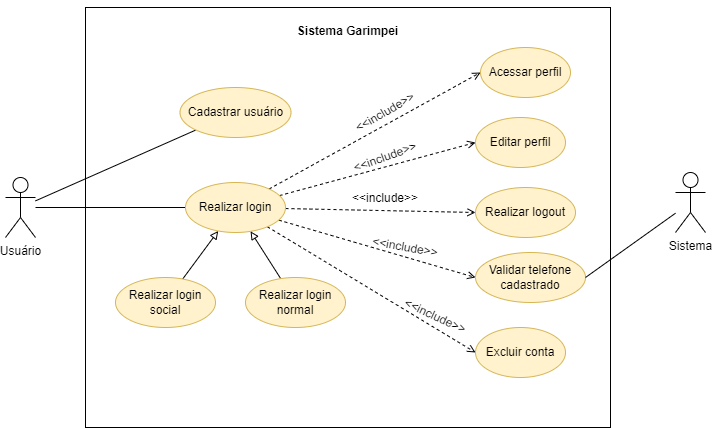
This is docs/entrega_IV/assets/gerenciar-conta.png from UnBArqDsw2021-2/2021.2_G5_Garimpei, a draw.io export, as it was before one commit. Source tidied: cells renumbered, new cells last; positions are measured from the earlier drawing's top-left corner, leaving out a move shared by most shapes. Source of this version:
```xml
<mxGraphModel>
  <root>
    <mxCell id="0" />
    <mxCell id="1" parent="0" />
    <mxCell id="2" style="rounded=0;whiteSpace=wrap;html=1;fontFamily=Helvetica;fontSize=12;fontColor=default;strokeColor=default;fillColor=none;" parent="1" vertex="1">
      <mxGeometry x="80" width="525" height="420" as="geometry" />
    </mxCell>
    <mxCell id="3" style="edgeStyle=orthogonalEdgeStyle;rounded=0;jettySize=auto;html=1;endArrow=none;endFill=0;" parent="1" edge="1" source="5" target="12">
      <mxGeometry relative="1" as="geometry" />
    </mxCell>
    <mxCell id="4" style="rounded=0;jettySize=auto;html=1;endArrow=none;endFill=0;" parent="1" edge="1" source="5" target="6">
      <mxGeometry relative="1" as="geometry" />
    </mxCell>
    <mxCell id="5" value="Usuário&lt;br&gt;" style="shape=umlActor;verticalLabelPosition=bottom;verticalAlign=top;html=1;" parent="1" vertex="1">
      <mxGeometry y="170" width="30" height="60" as="geometry" />
    </mxCell>
    <mxCell id="6" value="Cadastrar usuário" style="ellipse;whiteSpace=wrap;html=1;fillColor=#fff2cc;strokeColor=#d6b656;" parent="1" vertex="1">
      <mxGeometry x="174.5" y="80" width="111" height="50" as="geometry" />
    </mxCell>
    <mxCell id="7" style="edgeStyle=none;shape=connector;rounded=0;jettySize=auto;entryX=0;entryY=0.5;entryDx=0;entryDy=0;dashed=1;labelBackgroundColor=default;fontFamily=Helvetica;fontSize=12;fontColor=default;endArrow=open;endFill=0;strokeColor=default;enumerate=0;comic=0;orthogonal=0;flowAnimation=0;noJump=0;shadow=0;sketch=0;html=1;" parent="1" edge="1" source="12" target="19">
      <mxGeometry relative="1" as="geometry" />
    </mxCell>
    <mxCell id="8" style="edgeStyle=none;shape=connector;rounded=0;comic=0;sketch=0;jettySize=auto;html=1;entryX=0;entryY=0.5;entryDx=0;entryDy=0;shadow=0;dashed=1;labelBackgroundColor=default;fontFamily=Helvetica;fontSize=12;fontColor=default;endArrow=open;endFill=0;strokeColor=default;" parent="1" edge="1" source="12" target="20">
      <mxGeometry relative="1" as="geometry" />
    </mxCell>
    <mxCell id="9" style="edgeStyle=none;shape=connector;rounded=0;comic=0;sketch=0;jettySize=auto;html=1;entryX=0;entryY=0.5;entryDx=0;entryDy=0;shadow=0;dashed=1;labelBackgroundColor=default;fontFamily=Helvetica;fontSize=12;fontColor=default;endArrow=open;endFill=0;strokeColor=default;" parent="1" edge="1" source="12" target="13">
      <mxGeometry relative="1" as="geometry" />
    </mxCell>
    <mxCell id="10" style="edgeStyle=none;shape=connector;rounded=0;comic=0;sketch=0;jettySize=auto;html=1;entryX=0;entryY=0.5;entryDx=0;entryDy=0;shadow=0;dashed=1;labelBackgroundColor=default;fontFamily=Helvetica;fontSize=12;fontColor=default;endArrow=open;endFill=0;strokeColor=default;" parent="1" edge="1" source="12" target="21">
      <mxGeometry relative="1" as="geometry" />
    </mxCell>
    <mxCell id="11" style="edgeStyle=none;shape=connector;rounded=0;comic=0;sketch=0;jettySize=auto;html=1;entryX=0;entryY=0.5;entryDx=0;entryDy=0;shadow=0;dashed=1;labelBackgroundColor=default;fontFamily=Helvetica;fontSize=12;fontColor=default;endArrow=open;endFill=0;strokeColor=default;" parent="1" edge="1" source="12" target="14">
      <mxGeometry relative="1" as="geometry" />
    </mxCell>
    <mxCell id="12" value="Realizar login" style="ellipse;whiteSpace=wrap;html=1;fillColor=#fff2cc;strokeColor=#d6b656;" parent="1" vertex="1">
      <mxGeometry x="180" y="175" width="100" height="50" as="geometry" />
    </mxCell>
    <mxCell id="13" value="Realizar logout" style="ellipse;whiteSpace=wrap;html=1;fillColor=#fff2cc;strokeColor=#d6b656;" parent="1" vertex="1">
      <mxGeometry x="470" y="180" width="100" height="50" as="geometry" />
    </mxCell>
    <mxCell id="14" value="Excluir conta" style="ellipse;whiteSpace=wrap;html=1;fillColor=#fff2cc;strokeColor=#d6b656;" parent="1" vertex="1">
      <mxGeometry x="470" y="320" width="90" height="50" as="geometry" />
    </mxCell>
    <mxCell id="15" style="edgeStyle=none;rounded=0;jettySize=auto;html=1;fontFamily=Helvetica;fontSize=12;fontColor=default;endArrow=block;endFill=0;" parent="1" edge="1" source="16" target="12">
      <mxGeometry relative="1" as="geometry" />
    </mxCell>
    <mxCell id="16" value="Realizar login social" style="ellipse;whiteSpace=wrap;html=1;fillColor=#fff2cc;strokeColor=#d6b656;" parent="1" vertex="1">
      <mxGeometry x="110" y="270" width="100" height="50" as="geometry" />
    </mxCell>
    <mxCell id="17" style="edgeStyle=none;rounded=0;jettySize=auto;html=1;fontFamily=Helvetica;fontSize=12;fontColor=default;endArrow=block;endFill=0;" parent="1" edge="1" source="18" target="12">
      <mxGeometry relative="1" as="geometry" />
    </mxCell>
    <mxCell id="18" value="Realizar login normal" style="ellipse;whiteSpace=wrap;html=1;fillColor=#fff2cc;strokeColor=#d6b656;" parent="1" vertex="1">
      <mxGeometry x="240" y="270" width="100" height="50" as="geometry" />
    </mxCell>
    <mxCell id="19" value="Acessar perfil" style="ellipse;whiteSpace=wrap;html=1;fillColor=#fff2cc;strokeColor=#d6b656;" parent="1" vertex="1">
      <mxGeometry x="475" y="40" width="90" height="50" as="geometry" />
    </mxCell>
    <mxCell id="20" value="Editar perfil" style="ellipse;whiteSpace=wrap;html=1;fillColor=#fff2cc;strokeColor=#d6b656;" parent="1" vertex="1">
      <mxGeometry x="470" y="110" width="90" height="50" as="geometry" />
    </mxCell>
    <mxCell id="21" value="Validar telefone cadastrado" style="ellipse;whiteSpace=wrap;html=1;fillColor=#fff2cc;strokeColor=#d6b656;" parent="1" vertex="1">
      <mxGeometry x="470" y="245" width="110" height="50" as="geometry" />
    </mxCell>
    <mxCell id="22" value="&amp;lt;&amp;lt;include&amp;gt;&amp;gt;" style="text;html=1;strokeColor=none;fillColor=none;align=center;verticalAlign=middle;whiteSpace=wrap;rounded=0;fontFamily=Helvetica;fontSize=12;fontColor=default;rotation=-30;" parent="1" vertex="1">
      <mxGeometry x="350" y="90" width="60" height="30" as="geometry" />
    </mxCell>
    <mxCell id="23" value="&amp;lt;&amp;lt;include&amp;gt;&amp;gt;" style="text;html=1;strokeColor=none;fillColor=none;align=center;verticalAlign=middle;whiteSpace=wrap;rounded=0;fontFamily=Helvetica;fontSize=12;fontColor=default;rotation=-20;" parent="1" vertex="1">
      <mxGeometry x="350" y="135" width="60" height="30" as="geometry" />
    </mxCell>
    <mxCell id="24" value="&amp;lt;&amp;lt;include&amp;gt;&amp;gt;" style="text;html=1;strokeColor=none;fillColor=none;align=center;verticalAlign=middle;whiteSpace=wrap;rounded=0;fontFamily=Helvetica;fontSize=12;fontColor=default;rotation=0;" parent="1" vertex="1">
      <mxGeometry x="350" y="176" width="60" height="30" as="geometry" />
    </mxCell>
    <mxCell id="25" value="&amp;lt;&amp;lt;include&amp;gt;&amp;gt;" style="text;html=1;strokeColor=none;fillColor=none;align=center;verticalAlign=middle;whiteSpace=wrap;rounded=0;fontFamily=Helvetica;fontSize=12;fontColor=default;rotation=10;" parent="1" vertex="1">
      <mxGeometry x="370" y="225" width="60" height="30" as="geometry" />
    </mxCell>
    <mxCell id="26" value="&amp;lt;&amp;lt;include&amp;gt;&amp;gt;" style="text;html=1;strokeColor=none;fillColor=none;align=center;verticalAlign=middle;whiteSpace=wrap;rounded=0;fontFamily=Helvetica;fontSize=12;fontColor=default;rotation=25;" parent="1" vertex="1">
      <mxGeometry x="400" y="294" width="60" height="30" as="geometry" />
    </mxCell>
    <mxCell id="27" style="edgeStyle=none;shape=connector;rounded=0;comic=0;sketch=0;orthogonalLoop=1;jettySize=auto;html=1;exitX=0.5;exitY=1;exitDx=0;exitDy=0;shadow=0;dashed=1;labelBackgroundColor=default;fontFamily=Helvetica;fontSize=12;fontColor=default;endArrow=open;endFill=0;strokeColor=default;" parent="1" edge="1" source="24" target="24">
      <mxGeometry relative="1" as="geometry" />
    </mxCell>
    <mxCell id="28" style="edgeStyle=none;shape=connector;rounded=0;comic=0;sketch=0;orthogonalLoop=1;jettySize=auto;html=1;exitX=0;exitY=0;exitDx=0;exitDy=0;shadow=0;dashed=1;labelBackgroundColor=default;fontFamily=Helvetica;fontSize=12;fontColor=default;endArrow=open;endFill=0;strokeColor=default;" parent="1" edge="1" source="2" target="2">
      <mxGeometry relative="1" as="geometry" />
    </mxCell>
    <mxCell id="29" value="Sistema Garimpei" style="text;align=center;fontStyle=1;verticalAlign=middle;spacingLeft=3;spacingRight=3;strokeColor=none;" parent="1" vertex="1">
      <mxGeometry x="302.5" y="10" width="80" height="26" as="geometry" />
    </mxCell>
    <mxCell id="30" style="edgeStyle=none;rounded=0;jettySize=auto;html=1;entryX=1;entryY=0.5;entryDx=0;entryDy=0;endArrow=none;endFill=0;" parent="1" edge="1" source="31" target="21">
      <mxGeometry relative="1" as="geometry" />
    </mxCell>
    <mxCell id="31" value="Sistema" style="shape=umlActor;verticalLabelPosition=bottom;verticalAlign=top;html=1;" parent="1" vertex="1">
      <mxGeometry x="670" y="165" width="30" height="60" as="geometry" />
    </mxCell>
  </root>
</mxGraphModel>
```
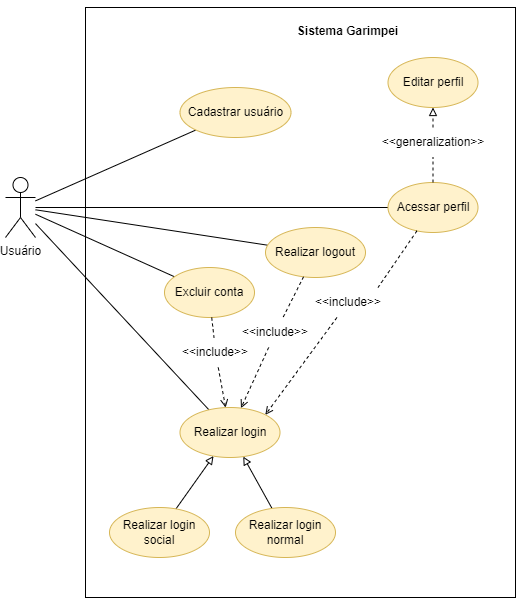
The same diagram one commit later.

Change to the diagram source:
```diff
@@ -3,80 +3,68 @@
     <mxCell id="0" />
     <mxCell id="1" parent="0" />
     <mxCell id="2" style="rounded=0;whiteSpace=wrap;html=1;fontFamily=Helvetica;fontSize=12;fontColor=default;strokeColor=default;fillColor=none;" parent="1" vertex="1">
-      <mxGeometry x="80" width="525" height="420" as="geometry" />
+      <mxGeometry x="80" width="430" height="590" as="geometry" />
     </mxCell>
-    <mxCell id="3" style="edgeStyle=orthogonalEdgeStyle;rounded=0;jettySize=auto;html=1;endArrow=none;endFill=0;" parent="1" edge="1" source="5" target="12">
+    <mxCell id="3" style="rounded=0;jettySize=auto;html=1;endArrow=none;endFill=0;" parent="1" edge="1" source="5" target="12">
       <mxGeometry relative="1" as="geometry" />
     </mxCell>
     <mxCell id="4" style="rounded=0;jettySize=auto;html=1;endArrow=none;endFill=0;" parent="1" edge="1" source="5" target="6">
       <mxGeometry relative="1" as="geometry" />
     </mxCell>
+    <mxCell id="32" style="edgeStyle=none;rounded=0;jettySize=auto;html=1;endArrow=none;endFill=0;" parent="1" edge="1" source="5" target="19">
+      <mxGeometry relative="1" as="geometry" />
+    </mxCell>
+    <mxCell id="33" style="edgeStyle=none;rounded=0;jettySize=auto;html=1;endArrow=none;endFill=0;" parent="1" edge="1" source="5" target="13">
+      <mxGeometry relative="1" as="geometry" />
+    </mxCell>
+    <mxCell id="34" style="edgeStyle=none;rounded=0;jettySize=auto;html=1;endArrow=none;endFill=0;" parent="1" edge="1" source="5" target="14">
+      <mxGeometry relative="1" as="geometry" />
+    </mxCell>
     <mxCell id="5" value="Usuário&lt;br&gt;" style="shape=umlActor;verticalLabelPosition=bottom;verticalAlign=top;html=1;" parent="1" vertex="1">
       <mxGeometry y="170" width="30" height="60" as="geometry" />
     </mxCell>
     <mxCell id="6" value="Cadastrar usuário" style="ellipse;whiteSpace=wrap;html=1;fillColor=#fff2cc;strokeColor=#d6b656;" parent="1" vertex="1">
       <mxGeometry x="174.5" y="80" width="111" height="50" as="geometry" />
     </mxCell>
-    <mxCell id="7" style="edgeStyle=none;shape=connector;rounded=0;jettySize=auto;entryX=0;entryY=0.5;entryDx=0;entryDy=0;dashed=1;labelBackgroundColor=default;fontFamily=Helvetica;fontSize=12;fontColor=default;endArrow=open;endFill=0;strokeColor=default;enumerate=0;comic=0;orthogonal=0;flowAnimation=0;noJump=0;shadow=0;sketch=0;html=1;" parent="1" edge="1" source="12" target="19">
-      <mxGeometry relative="1" as="geometry" />
-    </mxCell>
-    <mxCell id="8" style="edgeStyle=none;shape=connector;rounded=0;comic=0;sketch=0;jettySize=auto;html=1;entryX=0;entryY=0.5;entryDx=0;entryDy=0;shadow=0;dashed=1;labelBackgroundColor=default;fontFamily=Helvetica;fontSize=12;fontColor=default;endArrow=open;endFill=0;strokeColor=default;" parent="1" edge="1" source="12" target="20">
-      <mxGeometry relative="1" as="geometry" />
-    </mxCell>
-    <mxCell id="9" style="edgeStyle=none;shape=connector;rounded=0;comic=0;sketch=0;jettySize=auto;html=1;entryX=0;entryY=0.5;entryDx=0;entryDy=0;shadow=0;dashed=1;labelBackgroundColor=default;fontFamily=Helvetica;fontSize=12;fontColor=default;endArrow=open;endFill=0;strokeColor=default;" parent="1" edge="1" source="12" target="13">
-      <mxGeometry relative="1" as="geometry" />
-    </mxCell>
-    <mxCell id="10" style="edgeStyle=none;shape=connector;rounded=0;comic=0;sketch=0;jettySize=auto;html=1;entryX=0;entryY=0.5;entryDx=0;entryDy=0;shadow=0;dashed=1;labelBackgroundColor=default;fontFamily=Helvetica;fontSize=12;fontColor=default;endArrow=open;endFill=0;strokeColor=default;" parent="1" edge="1" source="12" target="21">
-      <mxGeometry relative="1" as="geometry" />
-    </mxCell>
-    <mxCell id="11" style="edgeStyle=none;shape=connector;rounded=0;comic=0;sketch=0;jettySize=auto;html=1;entryX=0;entryY=0.5;entryDx=0;entryDy=0;shadow=0;dashed=1;labelBackgroundColor=default;fontFamily=Helvetica;fontSize=12;fontColor=default;endArrow=open;endFill=0;strokeColor=default;" parent="1" edge="1" source="12" target="14">
-      <mxGeometry relative="1" as="geometry" />
-    </mxCell>
     <mxCell id="12" value="Realizar login" style="ellipse;whiteSpace=wrap;html=1;fillColor=#fff2cc;strokeColor=#d6b656;" parent="1" vertex="1">
-      <mxGeometry x="180" y="175" width="100" height="50" as="geometry" />
+      <mxGeometry x="174.5" y="400" width="100" height="50" as="geometry" />
     </mxCell>
+    <mxCell id="35" style="edgeStyle=none;rounded=0;jettySize=auto;html=1;dashed=1;endArrow=open;endFill=0;startArrow=none;" parent="1" edge="1" source="22" target="12">
+      <mxGeometry relative="1" as="geometry" />
+    </mxCell>
     <mxCell id="13" value="Realizar logout" style="ellipse;whiteSpace=wrap;html=1;fillColor=#fff2cc;strokeColor=#d6b656;" parent="1" vertex="1">
-      <mxGeometry x="470" y="180" width="100" height="50" as="geometry" />
+      <mxGeometry x="260" y="220" width="100" height="50" as="geometry" />
     </mxCell>
+    <mxCell id="36" style="edgeStyle=none;rounded=0;jettySize=auto;html=1;endArrow=open;endFill=0;dashed=1;startArrow=none;" parent="1" edge="1" source="24" target="12">
+      <mxGeometry relative="1" as="geometry" />
+    </mxCell>
     <mxCell id="14" value="Excluir conta" style="ellipse;whiteSpace=wrap;html=1;fillColor=#fff2cc;strokeColor=#d6b656;" parent="1" vertex="1">
-      <mxGeometry x="470" y="320" width="90" height="50" as="geometry" />
+      <mxGeometry x="159" y="260" width="90" height="50" as="geometry" />
     </mxCell>
     <mxCell id="15" style="edgeStyle=none;rounded=0;jettySize=auto;html=1;fontFamily=Helvetica;fontSize=12;fontColor=default;endArrow=block;endFill=0;" parent="1" edge="1" source="16" target="12">
       <mxGeometry relative="1" as="geometry" />
     </mxCell>
     <mxCell id="16" value="Realizar login social" style="ellipse;whiteSpace=wrap;html=1;fillColor=#fff2cc;strokeColor=#d6b656;" parent="1" vertex="1">
-      <mxGeometry x="110" y="270" width="100" height="50" as="geometry" />
+      <mxGeometry x="104" y="500" width="100" height="50" as="geometry" />
     </mxCell>
     <mxCell id="17" style="edgeStyle=none;rounded=0;jettySize=auto;html=1;fontFamily=Helvetica;fontSize=12;fontColor=default;endArrow=block;endFill=0;" parent="1" edge="1" source="18" target="12">
       <mxGeometry relative="1" as="geometry" />
     </mxCell>
     <mxCell id="18" value="Realizar login normal" style="ellipse;whiteSpace=wrap;html=1;fillColor=#fff2cc;strokeColor=#d6b656;" parent="1" vertex="1">
-      <mxGeometry x="240" y="270" width="100" height="50" as="geometry" />
+      <mxGeometry x="230" y="500" width="100" height="50" as="geometry" />
     </mxCell>
+    <mxCell id="37" style="edgeStyle=none;rounded=0;jettySize=auto;html=1;entryX=1;entryY=0;entryDx=0;entryDy=0;dashed=1;endArrow=open;endFill=0;startArrow=none;" parent="1" edge="1" source="25" target="12">
+      <mxGeometry relative="1" as="geometry" />
+    </mxCell>
+    <mxCell id="38" style="edgeStyle=none;rounded=0;jettySize=auto;html=1;dashed=1;endArrow=block;endFill=0;startArrow=none;" parent="1" edge="1" source="26" target="20">
+      <mxGeometry relative="1" as="geometry" />
+    </mxCell>
     <mxCell id="19" value="Acessar perfil" style="ellipse;whiteSpace=wrap;html=1;fillColor=#fff2cc;strokeColor=#d6b656;" parent="1" vertex="1">
-      <mxGeometry x="475" y="40" width="90" height="50" as="geometry" />
+      <mxGeometry x="382.5" y="175" width="90" height="50" as="geometry" />
     </mxCell>
     <mxCell id="20" value="Editar perfil" style="ellipse;whiteSpace=wrap;html=1;fillColor=#fff2cc;strokeColor=#d6b656;" parent="1" vertex="1">
-      <mxGeometry x="470" y="110" width="90" height="50" as="geometry" />
+      <mxGeometry x="382.5" y="50" width="90" height="50" as="geometry" />
     </mxCell>
-    <mxCell id="21" value="Validar telefone cadastrado" style="ellipse;whiteSpace=wrap;html=1;fillColor=#fff2cc;strokeColor=#d6b656;" parent="1" vertex="1">
-      <mxGeometry x="470" y="245" width="110" height="50" as="geometry" />
-    </mxCell>
-    <mxCell id="22" value="&amp;lt;&amp;lt;include&amp;gt;&amp;gt;" style="text;html=1;strokeColor=none;fillColor=none;align=center;verticalAlign=middle;whiteSpace=wrap;rounded=0;fontFamily=Helvetica;fontSize=12;fontColor=default;rotation=-30;" parent="1" vertex="1">
-      <mxGeometry x="350" y="90" width="60" height="30" as="geometry" />
-    </mxCell>
-    <mxCell id="23" value="&amp;lt;&amp;lt;include&amp;gt;&amp;gt;" style="text;html=1;strokeColor=none;fillColor=none;align=center;verticalAlign=middle;whiteSpace=wrap;rounded=0;fontFamily=Helvetica;fontSize=12;fontColor=default;rotation=-20;" parent="1" vertex="1">
-      <mxGeometry x="350" y="135" width="60" height="30" as="geometry" />
-    </mxCell>
-    <mxCell id="24" value="&amp;lt;&amp;lt;include&amp;gt;&amp;gt;" style="text;html=1;strokeColor=none;fillColor=none;align=center;verticalAlign=middle;whiteSpace=wrap;rounded=0;fontFamily=Helvetica;fontSize=12;fontColor=default;rotation=0;" parent="1" vertex="1">
-      <mxGeometry x="350" y="176" width="60" height="30" as="geometry" />
-    </mxCell>
-    <mxCell id="25" value="&amp;lt;&amp;lt;include&amp;gt;&amp;gt;" style="text;html=1;strokeColor=none;fillColor=none;align=center;verticalAlign=middle;whiteSpace=wrap;rounded=0;fontFamily=Helvetica;fontSize=12;fontColor=default;rotation=10;" parent="1" vertex="1">
-      <mxGeometry x="370" y="225" width="60" height="30" as="geometry" />
-    </mxCell>
-    <mxCell id="26" value="&amp;lt;&amp;lt;include&amp;gt;&amp;gt;" style="text;html=1;strokeColor=none;fillColor=none;align=center;verticalAlign=middle;whiteSpace=wrap;rounded=0;fontFamily=Helvetica;fontSize=12;fontColor=default;rotation=25;" parent="1" vertex="1">
-      <mxGeometry x="400" y="294" width="60" height="30" as="geometry" />
-    </mxCell>
     <mxCell id="27" style="edgeStyle=none;shape=connector;rounded=0;comic=0;sketch=0;orthogonalLoop=1;jettySize=auto;html=1;exitX=0.5;exitY=1;exitDx=0;exitDy=0;shadow=0;dashed=1;labelBackgroundColor=default;fontFamily=Helvetica;fontSize=12;fontColor=default;endArrow=open;endFill=0;strokeColor=default;" parent="1" edge="1" source="24" target="24">
       <mxGeometry relative="1" as="geometry" />
     </mxCell>
@@ -86,11 +74,29 @@
     <mxCell id="29" value="Sistema Garimpei" style="text;align=center;fontStyle=1;verticalAlign=middle;spacingLeft=3;spacingRight=3;strokeColor=none;" parent="1" vertex="1">
       <mxGeometry x="302.5" y="10" width="80" height="26" as="geometry" />
     </mxCell>
-    <mxCell id="30" style="edgeStyle=none;rounded=0;jettySize=auto;html=1;entryX=1;entryY=0.5;entryDx=0;entryDy=0;endArrow=none;endFill=0;" parent="1" edge="1" source="31" target="21">
-      <mxGeometry relative="1" as="geometry" />
-    </mxCell>
-    <mxCell id="31" value="Sistema" style="shape=umlActor;verticalLabelPosition=bottom;verticalAlign=top;html=1;" parent="1" vertex="1">
-      <mxGeometry x="670" y="165" width="30" height="60" as="geometry" />
-    </mxCell>
+    <mxCell id="24" value="&amp;lt;&amp;lt;include&amp;gt;&amp;gt;" style="text;html=1;strokeColor=none;fillColor=none;align=center;verticalAlign=middle;whiteSpace=wrap;rounded=0;fontFamily=Helvetica;fontSize=12;fontColor=default;rotation=0;" parent="1" vertex="1">
+      <mxGeometry x="180" y="330" width="60" height="30" as="geometry" />
+    </mxCell>
+    <mxCell id="39" style="edgeStyle=none;rounded=0;jettySize=auto;html=1;endArrow=none;endFill=0;dashed=1;" parent="1" edge="1" source="14" target="24">
+      <mxGeometry relative="1" as="geometry" />
+    </mxCell>
+    <mxCell id="22" value="&amp;lt;&amp;lt;include&amp;gt;&amp;gt;" style="text;html=1;strokeColor=none;fillColor=none;align=center;verticalAlign=middle;whiteSpace=wrap;rounded=0;fontFamily=Helvetica;fontSize=12;fontColor=default;rotation=0;" parent="1" vertex="1">
+      <mxGeometry x="240" y="310" width="60" height="30" as="geometry" />
+    </mxCell>
+    <mxCell id="40" style="edgeStyle=none;rounded=0;jettySize=auto;html=1;dashed=1;endArrow=none;endFill=0;" parent="1" edge="1" source="13" target="22">
+      <mxGeometry relative="1" as="geometry" />
+    </mxCell>
+    <mxCell id="25" value="&amp;lt;&amp;lt;include&amp;gt;&amp;gt;" style="text;html=1;strokeColor=none;fillColor=none;align=center;verticalAlign=middle;whiteSpace=wrap;rounded=0;fontFamily=Helvetica;fontSize=12;fontColor=default;rotation=0;" parent="1" vertex="1">
+      <mxGeometry x="312.5" y="280" width="60" height="30" as="geometry" />
+    </mxCell>
+    <mxCell id="41" style="edgeStyle=none;rounded=0;jettySize=auto;html=1;entryX=1;entryY=0;entryDx=0;entryDy=0;dashed=1;endArrow=none;endFill=0;" parent="1" edge="1" source="19" target="25">
+      <mxGeometry relative="1" as="geometry" />
+    </mxCell>
+    <mxCell id="26" value="&amp;lt;&amp;lt;generalization&amp;gt;&amp;gt;" style="text;html=1;strokeColor=none;fillColor=none;align=center;verticalAlign=middle;whiteSpace=wrap;rounded=0;fontFamily=Helvetica;fontSize=12;fontColor=default;rotation=0;" parent="1" vertex="1">
+      <mxGeometry x="397.5" y="120" width="60" height="30" as="geometry" />
+    </mxCell>
+    <mxCell id="42" style="edgeStyle=none;rounded=0;jettySize=auto;html=1;dashed=1;endArrow=none;endFill=0;" parent="1" edge="1" source="19" target="26">
+      <mxGeometry relative="1" as="geometry" />
+    </mxCell>
   </root>
 </mxGraphModel>
```
